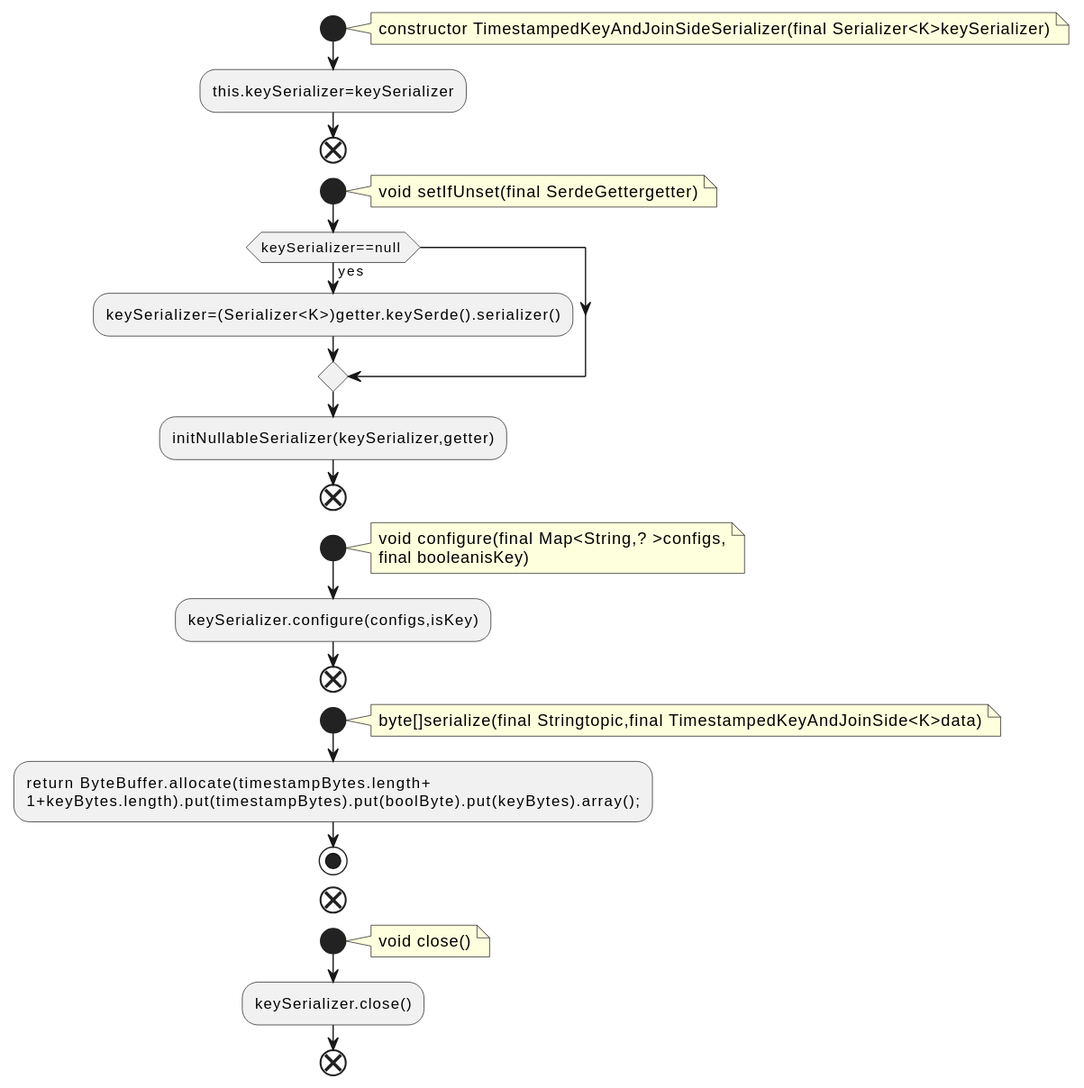
The PlantUML diagram docs/qc/streams/src/main/java/org/apache/kafka/streams/state/internals/TimestampedKeyAndJoinSideSerializer.java.fct.svg in qualitesys/kafka, before a commit.
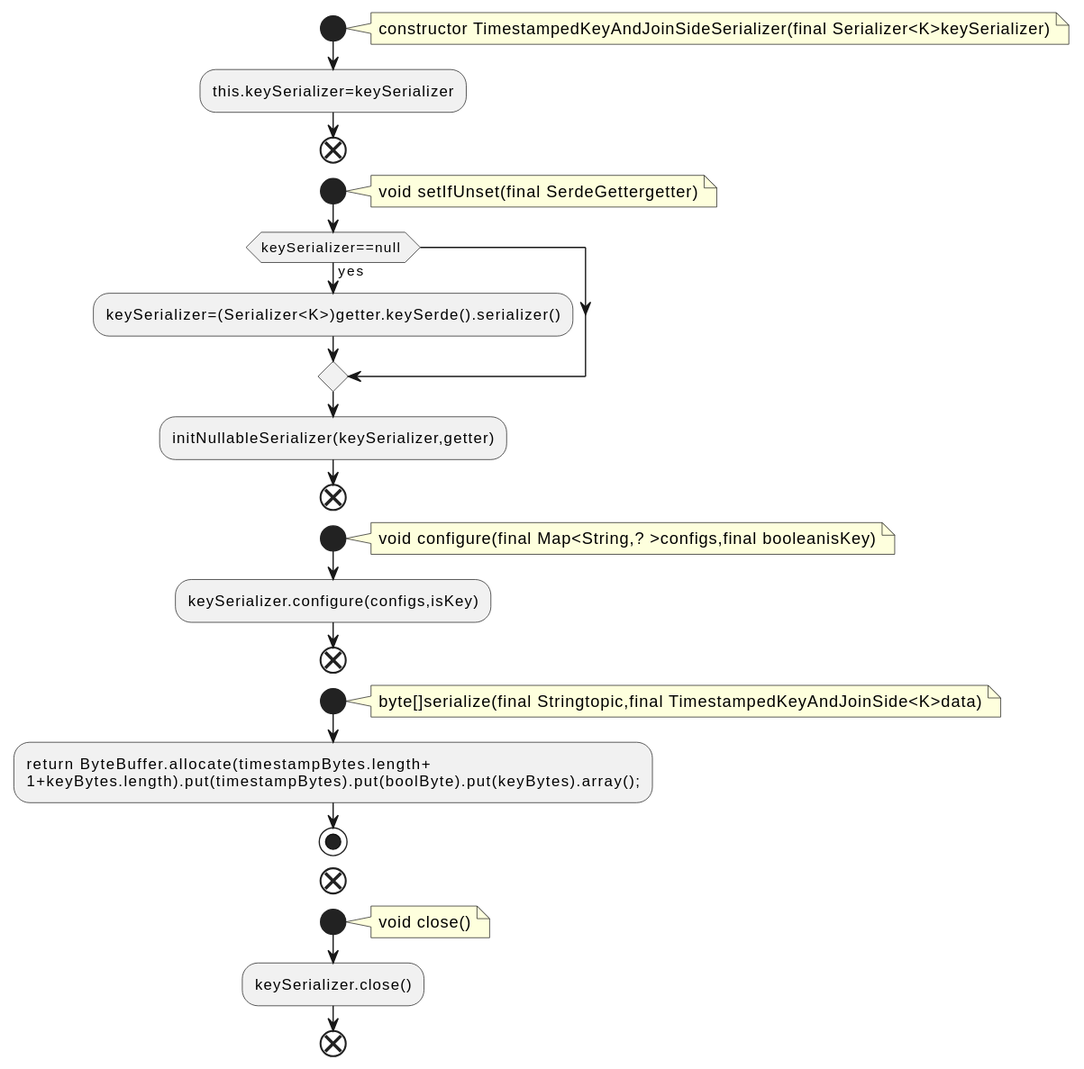
Above is the later version.

Change to the diagram source:
```diff
@@ -17,8 +17,7 @@
 end
 start
 note right
-void configure(final Map<String,? >configs,
-final booleanisKey)
+void configure(final Map<String,? >configs,final booleanisKey)
 end note
 :keySerializer.configure(configs,isKey);
 end
```
